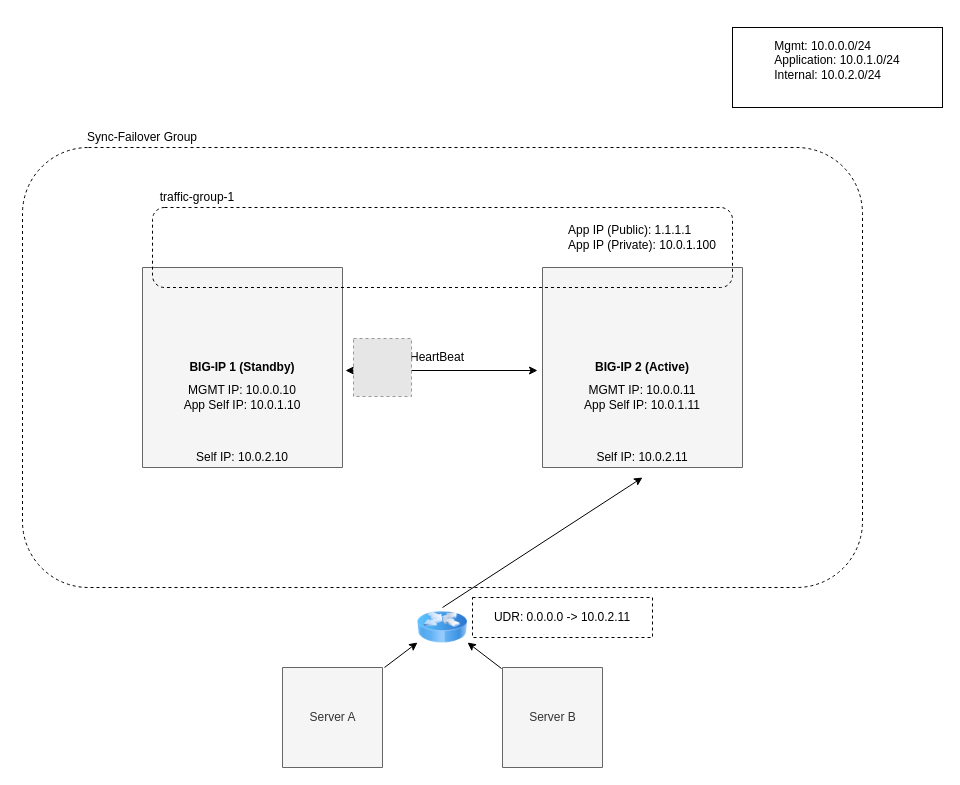
The draw.io diagram contributing/images/src/AzureFailoverExtensionHighLevelAfter.drawio.xml in F5Networks/f5-cloud-failover-extension, before the edit. Source tidied: cells renumbered, new cells numbered last; positions are measured from the earlier drawing's top-left corner, leaving out a move shared by most shapes. Both pictures are drawn from the tidied source at 100%, with x=0, y=0 at pixel (22, 27). Pictures stored in the file or linked from it are replaced by grey dashed boxes.
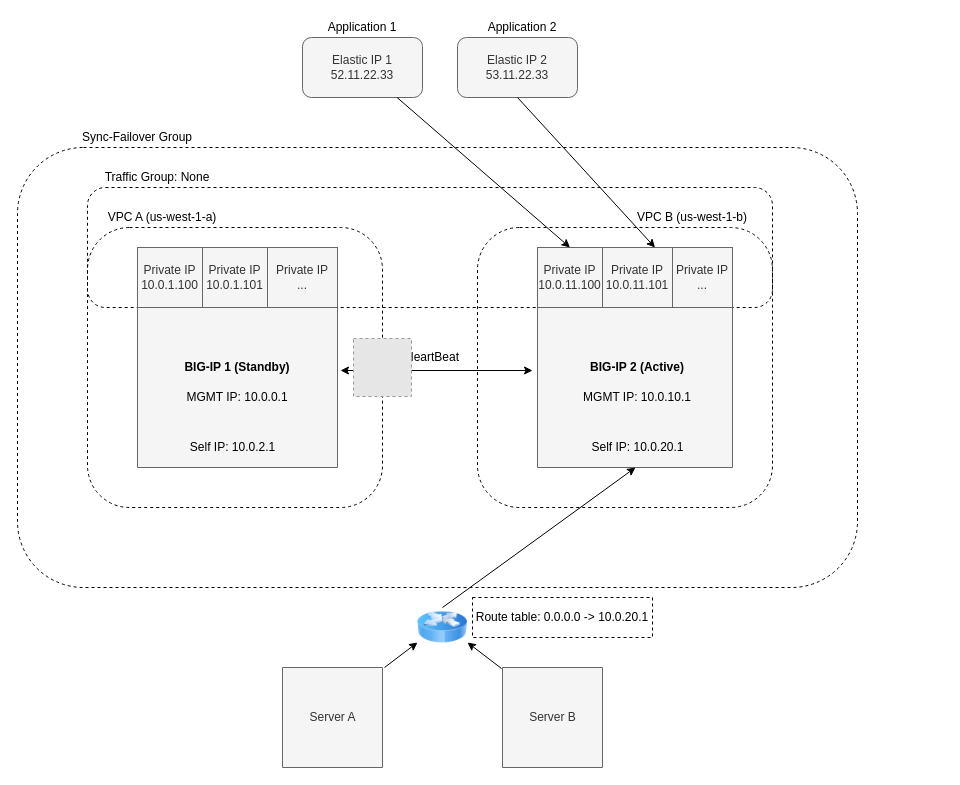
Above is the later version.

What changed in the source:
```diff
@@
-    <mxCell id="2" style="rounded=1;whiteSpace=wrap;html=1;dashed=1;fillColor=none;" parent="1" vertex="1">
-      <mxGeometry y="120" width="840" height="440" as="geometry" />
-    </mxCell>
-    <mxCell id="3" style="verticalLabelPosition=bottom;verticalAlign=top;html=1;shape=mxgraph.basic.rect;fillColor=#f5f5f5;fillColor2=none;strokeColor=#666666;strokeWidth=1;size=20;indent=5;fontColor=#333333;" parent="1" vertex="1">
-      <mxGeometry x="120" y="240" width="200" height="200" as="geometry" />
-    </mxCell>
-    <mxCell id="4" style="verticalLabelPosition=bottom;verticalAlign=top;html=1;shape=mxgraph.basic.rect;fillColor=#f5f5f5;fillColor2=none;strokeColor=#666666;strokeWidth=1;size=20;indent=5;fontColor=#333333;" parent="1" vertex="1">
-      <mxGeometry x="520" y="240" width="200" height="200" as="geometry" />
-    </mxCell>
-    <mxCell id="5" style="endArrow=classic;startArrow=classic;html=1;exitX=1.015;exitY=0.515;exitDx=0;exitDy=0;exitPerimeter=0;" parent="1" edge="1" source="3">
-      <mxGeometry relative="1" as="geometry">
-        <mxPoint x="515" y="343" as="targetPoint" />
-      </mxGeometry>
-    </mxCell>
+    <mxCell id="26" style="rounded=1;whiteSpace=wrap;html=1;dashed=1;" parent="1" vertex="1">
+      <mxGeometry x="455" y="200" width="295" height="280" as="geometry" />
+    </mxCell>
+    <mxCell id="27" style="rounded=1;whiteSpace=wrap;html=1;dashed=1;" parent="1" vertex="1">
+      <mxGeometry x="65" y="200" width="295" height="280" as="geometry" />
+    </mxCell>
+    <mxCell id="28" style="rounded=1;whiteSpace=wrap;html=1;dashed=1;fillColor=none;" parent="1" vertex="1">
+      <mxGeometry x="65" y="160" width="685" height="120" as="geometry" />
+    </mxCell>
+    <mxCell id="29" style="rounded=1;whiteSpace=wrap;html=1;dashed=1;fillColor=none;" parent="1" vertex="1">
+      <mxGeometry x="-5" y="120" width="840" height="440" as="geometry" />
+    </mxCell>
+    <mxCell id="30" style="verticalLabelPosition=bottom;verticalAlign=top;html=1;shape=mxgraph.basic.rect;fillColor=#f5f5f5;fillColor2=none;strokeColor=#666666;strokeWidth=1;size=20;indent=5;fontColor=#333333;" parent="1" vertex="1">
+      <mxGeometry x="115" y="240" width="200" height="200" as="geometry" />
+    </mxCell>
+    <mxCell id="31" style="verticalLabelPosition=bottom;verticalAlign=top;html=1;shape=mxgraph.basic.rect;fillColor=#f5f5f5;fillColor2=none;strokeColor=#666666;strokeWidth=1;size=20;indent=5;fontColor=#333333;" parent="1" vertex="1">
+      <mxGeometry x="515" y="240" width="195" height="200" as="geometry" />
+    </mxCell>
+    <mxCell id="32" style="endArrow=classic;startArrow=classic;html=1;exitX=1.015;exitY=0.515;exitDx=0;exitDy=0;exitPerimeter=0;" parent="1" edge="1" source="30">
+      <mxGeometry relative="1" as="geometry">
+        <mxPoint x="510" y="343" as="targetPoint" />
+      </mxGeometry>
+    </mxCell>
-    <mxCell id="6" value="&lt;b&gt;BIG-IP 1 (Standby)&lt;/b&gt;&lt;br&gt;" style="text;html=1;strokeColor=none;fillColor=none;align=center;verticalAlign=middle;whiteSpace=wrap;rounded=0;" parent="1" vertex="1">
-      <mxGeometry x="160" y="320" width="120" height="40" as="geometry" />
+    <mxCell id="6" value="&lt;b&gt;BIG-IP 1 (Standby)&lt;/b&gt;" style="text;html=1;strokeColor=none;fillColor=none;align=center;verticalAlign=middle;whiteSpace=wrap;rounded=0;" parent="1" vertex="1">
+      <mxGeometry x="155" y="320" width="120" height="40" as="geometry" />
     </mxCell>
-    <mxCell id="7" value="&lt;div style=&quot;text-align: left&quot;&gt;Mgmt: 10.0.0.0/24&lt;/div&gt;&lt;div style=&quot;text-align: left&quot;&gt;Application: 10.0.1.0/24&lt;/div&gt;&lt;div style=&quot;text-align: left&quot;&gt;Internal: 10.0.2.0/24&lt;/div&gt;&lt;br&gt;" style="text;html=1;strokeColor=#000000;fillColor=none;align=center;verticalAlign=middle;whiteSpace=wrap;rounded=0;" parent="1" vertex="1">
-      <mxGeometry x="710" width="210" height="80" as="geometry" />
-    </mxCell>
-    <mxCell id="8" value="&lt;b&gt;BIG-IP 2 (Active)&lt;/b&gt;&lt;br&gt;" style="text;html=1;strokeColor=none;fillColor=none;align=center;verticalAlign=middle;whiteSpace=wrap;rounded=0;" parent="1" vertex="1">
-      <mxGeometry x="560" y="320" width="120" height="40" as="geometry" />
+    <mxCell id="8" value="&lt;b&gt;BIG-IP 2 (Active)&lt;/b&gt;" style="text;html=1;strokeColor=none;fillColor=none;align=center;verticalAlign=middle;whiteSpace=wrap;rounded=0;" parent="1" vertex="1">
+      <mxGeometry x="555" y="320" width="120" height="40" as="geometry" />
     </mxCell>
-    <mxCell id="9" value="MGMT IP: 10.0.0.10&lt;br&gt;App Self IP: 10.0.1.10&lt;br&gt;" style="text;html=1;strokeColor=none;fillColor=none;align=center;verticalAlign=middle;whiteSpace=wrap;rounded=0;" parent="1" vertex="1">
-      <mxGeometry x="160" y="350" width="120" height="40" as="geometry" />
-    </mxCell>
-    <mxCell id="10" value="MGMT IP: 10.0.0.11&lt;br&gt;App Self IP: 10.0.1.11&lt;br&gt;" style="text;html=1;strokeColor=none;fillColor=none;align=center;verticalAlign=middle;whiteSpace=wrap;rounded=0;" parent="1" vertex="1">
-      <mxGeometry x="560" y="350" width="120" height="40" as="geometry" />
-    </mxCell>
+    <mxCell id="33" value="MGMT IP: 10.0.0.1" style="text;html=1;strokeColor=none;fillColor=none;align=center;verticalAlign=middle;whiteSpace=wrap;rounded=0;" parent="1" vertex="1">
+      <mxGeometry x="155" y="350" width="120" height="40" as="geometry" />
+    </mxCell>
+    <mxCell id="34" value="MGMT IP: 10.0.10.1" style="text;html=1;strokeColor=none;fillColor=none;align=center;verticalAlign=middle;whiteSpace=wrap;rounded=0;" parent="1" vertex="1">
+      <mxGeometry x="555" y="350" width="120" height="40" as="geometry" />
+    </mxCell>
     <mxCell id="11" value="Sync-Failover Group" style="text;html=1;strokeColor=none;fillColor=none;align=center;verticalAlign=middle;whiteSpace=wrap;rounded=0;" parent="1" vertex="1">
-      <mxGeometry x="50" y="100" width="140" height="20" as="geometry" />
+      <mxGeometry x="45" y="100" width="140" height="20" as="geometry" />
     </mxCell>
-    <mxCell id="12" value="traffic-group-1" style="text;html=1;strokeColor=none;fillColor=none;align=center;verticalAlign=middle;whiteSpace=wrap;rounded=0;dashed=1;" parent="1" vertex="1">
-      <mxGeometry x="130" y="160" width="90" height="20" as="geometry" />
-    </mxCell>
-    <mxCell id="13" style="rounded=1;whiteSpace=wrap;html=1;strokeColor=#000000;fillColor=none;dashed=1;" parent="1" vertex="1">
-      <mxGeometry x="130" y="180" width="580" height="80" as="geometry" />
-    </mxCell>
-    <mxCell id="14" value="&lt;div style=&quot;text-align: left&quot;&gt;App IP (Public): 1.1.1.1&lt;br&gt;&lt;/div&gt;&lt;div&gt;&lt;div style=&quot;text-align: left&quot;&gt;App IP (Private): 10.0.1.100&lt;/div&gt;&lt;/div&gt;" style="text;html=1;strokeColor=none;fillColor=none;align=center;verticalAlign=middle;whiteSpace=wrap;rounded=0;dashed=1;" parent="1" vertex="1">
-      <mxGeometry x="515" y="190" width="210" height="40" as="geometry" />
-    </mxCell>
     <mxCell id="15" value="HeartBeat" style="text;html=1;strokeColor=none;fillColor=none;align=center;verticalAlign=middle;whiteSpace=wrap;rounded=0;dashed=1;" parent="1" vertex="1">
-      <mxGeometry x="370" y="320" width="90" height="20" as="geometry" />
+      <mxGeometry x="365" y="320" width="90" height="20" as="geometry" />
     </mxCell>
+    <mxCell id="35" value="Private IP&lt;br&gt;10.0.1.100" style="rounded=0;whiteSpace=wrap;html=1;fillColor=#f5f5f5;strokeColor=#666666;fontColor=#333333;" parent="1" vertex="1">
+      <mxGeometry x="115" y="220" width="65" height="60" as="geometry" />
+    </mxCell>
+    <mxCell id="36" value="Private IP&lt;br&gt;10.0.1.101" style="rounded=0;whiteSpace=wrap;html=1;fillColor=#f5f5f5;strokeColor=#666666;fontColor=#333333;" parent="1" vertex="1">
+      <mxGeometry x="180" y="220" width="65" height="60" as="geometry" />
+    </mxCell>
+    <mxCell id="37" value="Private IP&lt;br&gt;..." style="rounded=0;whiteSpace=wrap;html=1;fillColor=#f5f5f5;strokeColor=#666666;fontColor=#333333;" parent="1" vertex="1">
+      <mxGeometry x="245" y="220" width="70" height="60" as="geometry" />
+    </mxCell>
+    <mxCell id="38" value="Private IP&lt;br&gt;10.0.11.100" style="rounded=0;whiteSpace=wrap;html=1;fillColor=#f5f5f5;strokeColor=#666666;fontColor=#333333;" parent="1" vertex="1">
+      <mxGeometry x="515" y="220" width="65" height="60" as="geometry" />
+    </mxCell>
+    <mxCell id="39" value="Private IP&lt;br&gt;10.0.11.101" style="rounded=0;whiteSpace=wrap;html=1;fillColor=#f5f5f5;strokeColor=#666666;fontColor=#333333;" parent="1" vertex="1">
+      <mxGeometry x="580" y="220" width="70" height="60" as="geometry" />
+    </mxCell>
+    <mxCell id="40" value="Private IP&lt;br&gt;..." style="rounded=0;whiteSpace=wrap;html=1;fillColor=#f5f5f5;strokeColor=#666666;fontColor=#333333;" parent="1" vertex="1">
+      <mxGeometry x="650" y="220" width="60" height="60" as="geometry" />
+    </mxCell>
+    <mxCell id="41" value="Elastic IP 1&lt;br&gt;52.11.22.33" style="rounded=1;whiteSpace=wrap;html=1;fillColor=#f5f5f5;strokeColor=#666666;fontColor=#333333;" parent="1" vertex="1">
+      <mxGeometry x="280" y="10" width="120" height="60" as="geometry" />
+    </mxCell>
+    <mxCell id="42" value="Elastic IP 2&lt;br&gt;53.11.22.33" style="rounded=1;whiteSpace=wrap;html=1;fillColor=#f5f5f5;strokeColor=#666666;fontColor=#333333;" parent="1" vertex="1">
+      <mxGeometry x="435" y="10" width="120" height="60" as="geometry" />
+    </mxCell>
+    <mxCell id="43" style="endArrow=classic;html=1;entryX=0.5;entryY=0;entryDx=0;entryDy=0;" parent="1" edge="1" source="41" target="38">
+      <mxGeometry relative="1" as="geometry" />
+    </mxCell>
+    <mxCell id="44" style="endArrow=classic;html=1;exitX=0.5;exitY=1;exitDx=0;exitDy=0;entryX=0.75;entryY=0;entryDx=0;entryDy=0;" parent="1" edge="1" source="42" target="39">
+      <mxGeometry relative="1" as="geometry" />
+    </mxCell>
+    <mxCell id="45" value="Traffic Group: None" style="text;html=1;strokeColor=none;fillColor=none;align=center;verticalAlign=middle;whiteSpace=wrap;rounded=0;dashed=1;" parent="1" vertex="1">
+      <mxGeometry x="40" y="140" width="190" height="20" as="geometry" />
+    </mxCell>
+    <mxCell id="46" value="Application 1" style="text;html=1;strokeColor=none;fillColor=none;align=center;verticalAlign=middle;whiteSpace=wrap;rounded=0;dashed=1;" parent="1" vertex="1">
+      <mxGeometry x="295" y="-10" width="90" height="20" as="geometry" />
+    </mxCell>
+    <mxCell id="47" value="Application 2" style="text;html=1;strokeColor=none;fillColor=none;align=center;verticalAlign=middle;whiteSpace=wrap;rounded=0;dashed=1;" parent="1" vertex="1">
+      <mxGeometry x="460" y="-10" width="80" height="20" as="geometry" />
+    </mxCell>
@@
-    <mxCell id="19" value="Self IP: 10.0.2.10&lt;br&gt;" style="text;html=1;strokeColor=none;fillColor=none;align=center;verticalAlign=middle;whiteSpace=wrap;rounded=0;" parent="1" vertex="1">
-      <mxGeometry x="160" y="410" width="120" height="40" as="geometry" />
-    </mxCell>
-    <mxCell id="20" value="Self IP: 10.0.2.11&lt;br&gt;" style="text;html=1;strokeColor=none;fillColor=none;align=center;verticalAlign=middle;whiteSpace=wrap;rounded=0;" parent="1" vertex="1">
-      <mxGeometry x="560" y="410" width="120" height="40" as="geometry" />
-    </mxCell>
@@
-    <mxCell id="22" style="endArrow=classic;html=1;" parent="1" edge="1">
-      <mxGeometry relative="1" as="geometry">
-        <mxPoint x="479" y="641" as="sourcePoint" />
-        <mxPoint x="445" y="615" as="targetPoint" />
-      </mxGeometry>
-    </mxCell>
-    <mxCell id="23" style="endArrow=classic;html=1;entryX=0.5;entryY=1;entryDx=0;entryDy=0;" parent="1" edge="1" target="20">
-      <mxGeometry relative="1" as="geometry">
-        <mxPoint x="420" y="580" as="sourcePoint" />
-      </mxGeometry>
-    </mxCell>
-    <mxCell id="24" value="UDR: 0.0.0.0 -&amp;gt; 10.0.2.11" style="rounded=0;whiteSpace=wrap;html=1;dashed=1;fillColor=none;" parent="1" vertex="1">
-      <mxGeometry x="450" y="570" width="180" height="40" as="geometry" />
-    </mxCell>
+    <mxCell id="48" style="endArrow=classic;html=1;" parent="1" edge="1">
+      <mxGeometry relative="1" as="geometry">
+        <mxPoint x="479" y="641" as="sourcePoint" />
+        <mxPoint x="445" y="615" as="targetPoint" />
+      </mxGeometry>
+    </mxCell>
+    <mxCell id="49" style="endArrow=classic;html=1;" parent="1" edge="1">
+      <mxGeometry relative="1" as="geometry">
+        <mxPoint x="420" y="580" as="sourcePoint" />
+        <mxPoint x="613" y="440" as="targetPoint" />
+      </mxGeometry>
+    </mxCell>
+    <mxCell id="50" value="Route table: 0.0.0.0 -&amp;gt; 10.0.20.1" style="rounded=0;whiteSpace=wrap;html=1;dashed=1;fillColor=none;" parent="1" vertex="1">
+      <mxGeometry x="450" y="570" width="180" height="40" as="geometry" />
+    </mxCell>
+    <mxCell id="51" value="Self IP: 10.0.20.1" style="text;html=1;align=center;verticalAlign=middle;fillColor=none;strokeColor=none;rounded=0;" parent="1" vertex="1">
+      <mxGeometry x="560" y="410" width="110" height="20" as="geometry" />
+    </mxCell>
+    <mxCell id="52" value="Self IP: 10.0.2.1" style="text;html=1;align=center;verticalAlign=middle;fillColor=none;strokeColor=none;rounded=0;" parent="1" vertex="1">
+      <mxGeometry x="160" y="410" width="100" height="20" as="geometry" />
+    </mxCell>
@@
+    <mxCell id="53" value="VPC A (us-west-1-a)" style="text;html=1;strokeColor=none;fillColor=none;align=center;verticalAlign=middle;whiteSpace=wrap;rounded=0;dashed=1;" parent="1" vertex="1">
+      <mxGeometry x="45" y="180" width="190" height="20" as="geometry" />
+    </mxCell>
+    <mxCell id="54" value="VPC B (us-west-1-b)" style="text;html=1;strokeColor=none;fillColor=none;align=center;verticalAlign=middle;whiteSpace=wrap;rounded=0;dashed=1;" parent="1" vertex="1">
+      <mxGeometry x="575" y="180" width="190" height="20" as="geometry" />
+    </mxCell>
```
